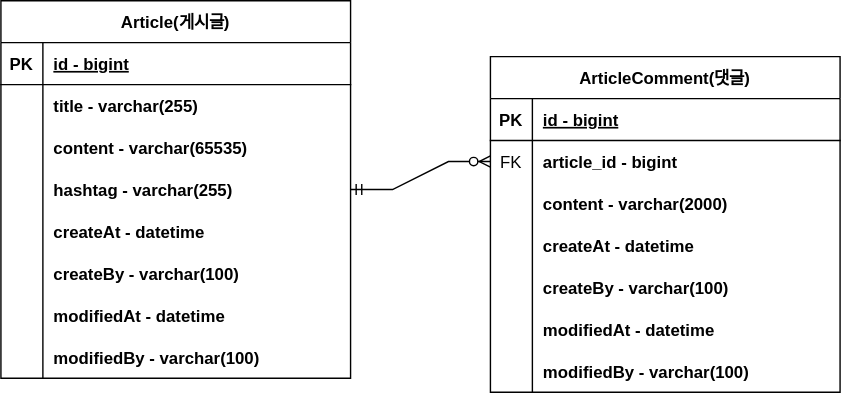
mun9769/spring-board-project keeps this draw.io diagram as document/project-board-erd.svg. Above is the earlier version. Source tidied: cells renumbered, new cells last; positions are measured from the earlier drawing's top-left corner, leaving out a move shared by most shapes.
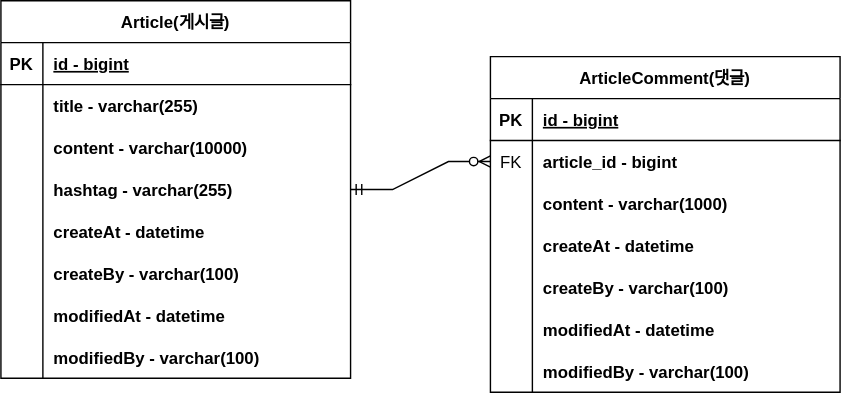
After the commit.

The edit, as a diff of the source:
```diff
@@ -29,7 +29,7 @@
     <mxCell id="10" style="shape=partialRectangle;overflow=hidden;fillColor=none;top=0;left=0;bottom=0;right=0;" parent="9" vertex="1">
       <mxGeometry width="30" height="30" as="geometry" />
     </mxCell>
-    <mxCell id="11" value="content - varchar(65535)" style="shape=partialRectangle;overflow=hidden;fillColor=none;top=0;left=0;bottom=0;right=0;align=left;spacingLeft=6;fontStyle=1;" parent="9" vertex="1">
+    <mxCell id="11" value="content - varchar(10000)" style="shape=partialRectangle;overflow=hidden;fillColor=none;top=0;left=0;bottom=0;right=0;align=left;spacingLeft=6;fontStyle=1;" parent="9" vertex="1">
       <mxGeometry x="30" width="220" height="30" as="geometry" />
     </mxCell>
     <mxCell id="12" style="shape=partialRectangle;fillColor=none;points=[[0,0.5],[1,0.5]];portConstraint=eastwest;top=0;left=0;right=0;bottom=0;" parent="2" vertex="1">
@@ -104,7 +104,7 @@
     <mxCell id="35" style="shape=partialRectangle;overflow=hidden;fillColor=none;top=0;left=0;bottom=0;right=0;" parent="34" vertex="1">
       <mxGeometry width="30" height="30" as="geometry" />
     </mxCell>
-    <mxCell id="36" value="content - varchar(2000)" style="shape=partialRectangle;overflow=hidden;fillColor=none;top=0;left=0;bottom=0;right=0;align=left;spacingLeft=6;fontStyle=1;" parent="34" vertex="1">
+    <mxCell id="36" value="content - varchar(1000)" style="shape=partialRectangle;overflow=hidden;fillColor=none;top=0;left=0;bottom=0;right=0;align=left;spacingLeft=6;fontStyle=1;" parent="34" vertex="1">
       <mxGeometry x="30" width="220" height="30" as="geometry" />
     </mxCell>
     <mxCell id="37" style="shape=partialRectangle;fillColor=none;top=0;left=0;right=0;bottom=0;" parent="27" vertex="1">
```
